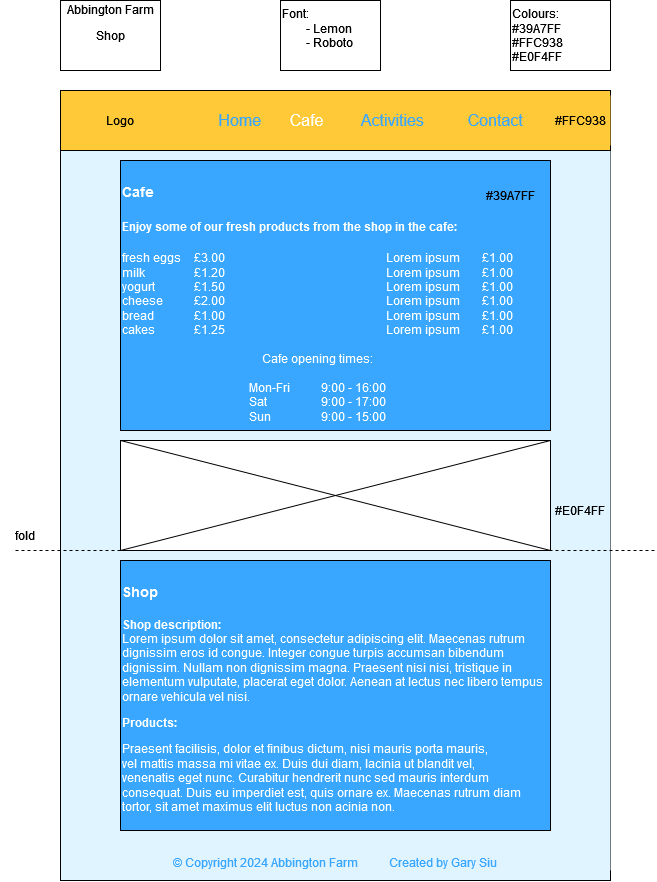
G-Siu/100DaysOfCode keeps this draw.io diagram as GCC Software Development/Web Course/Assignment/Task 1/Shop.png. Above is the earlier version. Source tidied: cells renumbered, new cells last; positions are measured from the earlier drawing's top-left corner, leaving out a move shared by most shapes.
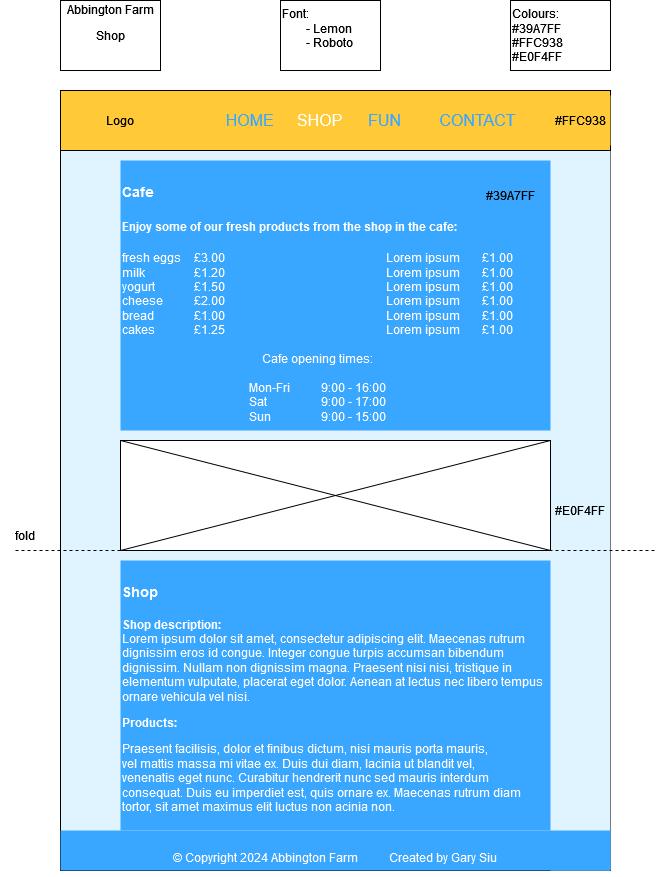
Above is the later version.

Change to the diagram source:
```diff
@@ -3,18 +3,18 @@
     <mxCell id="0" />
     <mxCell id="1" parent="0" />
     <mxCell id="2" style="rounded=0;whiteSpace=wrap;html=1;fillColor=#E0F4FF;" parent="1" vertex="1">
-      <mxGeometry x="60" y="150" width="550" height="730" as="geometry" />
+      <mxGeometry x="60" y="150" width="550" height="720" as="geometry" />
     </mxCell>
     <mxCell id="3" value="#E0F4FF" style="rounded=0;whiteSpace=wrap;html=1;strokeColor=none;fillColor=#E0F4FF;" parent="1" vertex="1">
       <mxGeometry x="550" y="150" width="60" height="720" as="geometry" />
     </mxCell>
-    <mxCell id="4" value="&lt;div align=&quot;left&quot; style=&quot;font-size: 16px;&quot;&gt;&lt;font color=&quot;#39a7ff&quot; style=&quot;font-size: 16px;&quot;&gt;&lt;span style=&quot;white-space: pre;&quot;&gt;&#9;&lt;/span&gt;&lt;span style=&quot;white-space: pre;&quot;&gt;&#9;&lt;/span&gt;&lt;/font&gt;&lt;font color=&quot;#39a7ff&quot; style=&quot;font-size: 16px;&quot;&gt;Home&lt;/font&gt;&lt;font color=&quot;#39a7ff&quot; style=&quot;font-size: 16px;&quot;&gt; &lt;span style=&quot;white-space: pre;&quot;&gt;&#9;&lt;/span&gt;&lt;/font&gt;&lt;font color=&quot;#ffffff&quot; style=&quot;font-size: 16px;&quot;&gt;Cafe&lt;/font&gt;&lt;font color=&quot;#ffffff&quot; style=&quot;font-size: 16px;&quot;&gt; &lt;span style=&quot;white-space: pre;&quot;&gt;&#9;&lt;/span&gt;&lt;/font&gt;&lt;font color=&quot;#39a7ff&quot; style=&quot;font-size: 16px;&quot;&gt;Activities &lt;span style=&quot;white-space: pre;&quot;&gt;&#9;&lt;/span&gt;Contact&lt;br style=&quot;font-size: 16px;&quot;&gt;&lt;/font&gt;&lt;/div&gt;" style="rounded=0;whiteSpace=wrap;html=1;fillColor=#FFC938;fontSize=16;fontColor=#416D19;" parent="1" vertex="1">
+    <mxCell id="4" value="&lt;div align=&quot;left&quot; style=&quot;font-size: 16px;&quot;&gt;&lt;font color=&quot;#39a7ff&quot; style=&quot;font-size: 16px;&quot;&gt;&lt;span style=&quot;white-space: pre;&quot;&gt;&#9;&lt;/span&gt;&lt;span style=&quot;white-space: pre;&quot;&gt;&#9;HOME&lt;/span&gt;&lt;/font&gt;&lt;font color=&quot;#39a7ff&quot; style=&quot;font-size: 16px;&quot;&gt; &lt;span style=&quot;white-space: pre;&quot;&gt;&#9;&lt;/span&gt;&lt;/font&gt;&lt;font color=&quot;#ffffff&quot;&gt;SHOP&lt;/font&gt;&lt;font color=&quot;#ffffff&quot; style=&quot;font-size: 16px;&quot;&gt; &lt;span style=&quot;white-space: pre;&quot;&gt;&#9;&lt;/span&gt;&lt;/font&gt;&lt;font color=&quot;#39a7ff&quot;&gt;FUN&lt;/font&gt;&lt;font color=&quot;#39a7ff&quot; style=&quot;font-size: 16px;&quot;&gt; &lt;span style=&quot;white-space: pre;&quot;&gt;&#9;CONTACT&lt;/span&gt;&lt;br style=&quot;font-size: 16px;&quot;&gt;&lt;/font&gt;&lt;/div&gt;" style="rounded=0;whiteSpace=wrap;html=1;fillColor=#FFC938;fontSize=16;fontColor=#416D19;" parent="1" vertex="1">
       <mxGeometry x="60" y="90" width="550" height="60" as="geometry" />
     </mxCell>
     <mxCell id="5" value="Logo" style="rounded=0;whiteSpace=wrap;html=1;strokeColor=none;fillColor=none;" parent="1" vertex="1">
       <mxGeometry x="60" y="90" width="120" height="60" as="geometry" />
     </mxCell>
-    <mxCell id="6" value="&lt;font color=&quot;#ffffff&quot; size=&quot;1&quot;&gt;&lt;b style=&quot;font-size: 14px;&quot;&gt;&lt;br&gt;Cafe&lt;br&gt;&lt;br&gt;&lt;/b&gt;&lt;/font&gt;&lt;font color=&quot;#ffffff&quot;&gt;&lt;b&gt;Enjoy some of our fresh products from the shop in the cafe:&lt;/b&gt;&lt;font size=&quot;1&quot;&gt;&lt;b style=&quot;font-size: 14px;&quot;&gt;&lt;br&gt;&lt;br&gt;&lt;/b&gt;&lt;/font&gt;fresh eggs&lt;span style=&quot;white-space: pre;&quot;&gt;&#9;&lt;/span&gt;£3.00&lt;span style=&quot;white-space: pre;&quot;&gt;&#9;&lt;/span&gt;&lt;span style=&quot;white-space: pre;&quot;&gt;&#9;&lt;/span&gt;&lt;span style=&quot;white-space: pre;&quot;&gt;&#9;&lt;/span&gt;&lt;span style=&quot;white-space: pre;&quot;&gt;&#9;&lt;/span&gt;&lt;span style=&quot;white-space: pre;&quot;&gt;&#9;&lt;/span&gt;&lt;span style=&quot;white-space: pre;&quot;&gt;&#9;&lt;/span&gt;&lt;span style=&quot;white-space: pre;&quot;&gt;&#9;&lt;/span&gt;Lorem ipsum&lt;span style=&quot;white-space: pre;&quot;&gt;&#9;&lt;/span&gt;£1.00 &lt;br&gt;milk&lt;span style=&quot;white-space: pre;&quot;&gt;&#9;&lt;/span&gt;&lt;span style=&quot;white-space: pre;&quot;&gt;&#9;&lt;/span&gt;£1.20&lt;span style=&quot;white-space: pre;&quot;&gt;&#9;&lt;/span&gt;&lt;span style=&quot;white-space: pre;&quot;&gt;&#9;&lt;/span&gt;&lt;span style=&quot;white-space: pre;&quot;&gt;&#9;&lt;/span&gt;&lt;span style=&quot;white-space: pre;&quot;&gt;&#9;&lt;/span&gt;&lt;span style=&quot;white-space: pre;&quot;&gt;&#9;&lt;/span&gt;&lt;span style=&quot;white-space: pre;&quot;&gt;&#9;&lt;/span&gt;&lt;span style=&quot;white-space: pre;&quot;&gt;&#9;Lorem ipsum&lt;span style=&quot;white-space: pre;&quot;&gt;&#9;&lt;/span&gt;£1.00&lt;/span&gt;&lt;br&gt;yogurt&lt;span style=&quot;white-space: pre;&quot;&gt;&#9;&lt;/span&gt;&lt;span style=&quot;white-space: pre;&quot;&gt;&#9;&lt;/span&gt;£1.50&lt;span style=&quot;white-space: pre;&quot;&gt;&#9;&lt;/span&gt;&lt;span style=&quot;white-space: pre;&quot;&gt;&#9;&lt;/span&gt;&lt;span style=&quot;white-space: pre;&quot;&gt;&#9;&lt;/span&gt;&lt;span style=&quot;white-space: pre;&quot;&gt;&#9;&lt;/span&gt;&lt;span style=&quot;white-space: pre;&quot;&gt;&#9;&lt;/span&gt;&lt;span style=&quot;white-space: pre;&quot;&gt;&#9;&lt;/span&gt;&lt;span style=&quot;white-space: pre;&quot;&gt;&#9;&lt;/span&gt;Lorem ipsum&lt;span style=&quot;white-space: pre;&quot;&gt;&#9;&lt;/span&gt;£1.00&lt;br&gt;cheese&lt;span style=&quot;white-space: pre;&quot;&gt;&#9;&lt;/span&gt;&lt;span style=&quot;white-space: pre;&quot;&gt;&#9;&lt;/span&gt;£2.00&lt;span style=&quot;white-space: pre;&quot;&gt;&#9;&lt;/span&gt;&lt;span style=&quot;white-space: pre;&quot;&gt;&#9;&lt;/span&gt;&lt;span style=&quot;white-space: pre;&quot;&gt;&#9;&lt;/span&gt;&lt;span style=&quot;white-space: pre;&quot;&gt;&#9;&lt;/span&gt;&lt;span style=&quot;white-space: pre;&quot;&gt;&#9;&lt;/span&gt;&lt;span style=&quot;white-space: pre;&quot;&gt;&#9;&lt;/span&gt;&lt;span style=&quot;white-space: pre;&quot;&gt;&#9;&lt;/span&gt;Lorem ipsum&lt;span style=&quot;white-space: pre;&quot;&gt;&#9;&lt;/span&gt;£1.00&lt;br&gt;bread&lt;span style=&quot;white-space: pre;&quot;&gt;&#9;&lt;/span&gt;&lt;span style=&quot;white-space: pre;&quot;&gt;&#9;&lt;/span&gt;£1.00&lt;span style=&quot;white-space: pre;&quot;&gt;&#9;&lt;/span&gt;&lt;span style=&quot;white-space: pre;&quot;&gt;&#9;&lt;/span&gt;&lt;span style=&quot;white-space: pre;&quot;&gt;&#9;&lt;/span&gt;&lt;span style=&quot;white-space: pre;&quot;&gt;&#9;&lt;/span&gt;&lt;span style=&quot;white-space: pre;&quot;&gt;&#9;&lt;/span&gt;&lt;span style=&quot;white-space: pre;&quot;&gt;&#9;&lt;/span&gt;&lt;span style=&quot;white-space: pre;&quot;&gt;&#9;&lt;/span&gt;Lorem ipsum&lt;span style=&quot;white-space: pre;&quot;&gt;&#9;&lt;/span&gt;£1.00&lt;br&gt;cakes&lt;span style=&quot;white-space: pre;&quot;&gt;&#9;&lt;/span&gt;&lt;span style=&quot;white-space: pre;&quot;&gt;&#9;&lt;/span&gt;£1.25&lt;span style=&quot;white-space: pre;&quot;&gt;&#9;&lt;/span&gt;&lt;span style=&quot;white-space: pre;&quot;&gt;&#9;&lt;/span&gt;&lt;span style=&quot;white-space: pre;&quot;&gt;&#9;&lt;/span&gt;&lt;span style=&quot;white-space: pre;&quot;&gt;&#9;&lt;/span&gt;&lt;span style=&quot;white-space: pre;&quot;&gt;&#9;&lt;/span&gt;&lt;span style=&quot;white-space: pre;&quot;&gt;&#9;&lt;/span&gt;&lt;span style=&quot;white-space: pre;&quot;&gt;&#9;&lt;/span&gt;Lorem ipsum&lt;span style=&quot;white-space: pre;&quot;&gt;&#9;&lt;/span&gt;£1.00&lt;br&gt;&lt;br&gt;&lt;/font&gt;&lt;div align=&quot;center&quot;&gt;&lt;font color=&quot;#ffffff&quot;&gt;Cafe opening times:&lt;br&gt;&lt;br&gt;Mon-Fri&lt;span style=&quot;white-space: pre;&quot;&gt;&#9;&lt;/span&gt;&lt;span style=&quot;white-space: pre;&quot;&gt;&#9;&lt;/span&gt;9:00 - 16:00&lt;br&gt;Sat&lt;span style=&quot;white-space: pre;&quot;&gt;&#9;&lt;/span&gt;&lt;span style=&quot;white-space: pre;&quot;&gt;&#9;&lt;/span&gt;&lt;span style=&quot;white-space: pre;&quot;&gt;&#9;&lt;/span&gt;9:00 - 17:00&lt;br&gt;Sun&lt;span style=&quot;white-space: pre;&quot;&gt;&#9;&lt;/span&gt;&lt;span style=&quot;white-space: pre;&quot;&gt;&#9;&lt;/span&gt;9:00 - 15:00&lt;br&gt;&lt;/font&gt;&lt;/div&gt;&lt;font color=&quot;#ffffff&quot;&gt;&lt;br&gt;&lt;/font&gt;&lt;div&gt;&lt;font color=&quot;#ffffff&quot;&gt;&lt;br&gt;&lt;/font&gt;&lt;/div&gt;" style="rounded=0;whiteSpace=wrap;html=1;verticalAlign=top;align=left;fillColor=#39A7FF;" parent="1" vertex="1">
+    <mxCell id="6" value="&lt;font color=&quot;#ffffff&quot; size=&quot;1&quot;&gt;&lt;b style=&quot;font-size: 14px;&quot;&gt;&lt;br&gt;Cafe&lt;br&gt;&lt;br&gt;&lt;/b&gt;&lt;/font&gt;&lt;font color=&quot;#ffffff&quot;&gt;&lt;b&gt;Enjoy some of our fresh products from the shop in the cafe:&lt;/b&gt;&lt;font size=&quot;1&quot;&gt;&lt;b style=&quot;font-size: 14px;&quot;&gt;&lt;br&gt;&lt;br&gt;&lt;/b&gt;&lt;/font&gt;fresh eggs&lt;span style=&quot;white-space: pre;&quot;&gt;&#9;&lt;/span&gt;£3.00&lt;span style=&quot;white-space: pre;&quot;&gt;&#9;&lt;/span&gt;&lt;span style=&quot;white-space: pre;&quot;&gt;&#9;&lt;/span&gt;&lt;span style=&quot;white-space: pre;&quot;&gt;&#9;&lt;/span&gt;&lt;span style=&quot;white-space: pre;&quot;&gt;&#9;&lt;/span&gt;&lt;span style=&quot;white-space: pre;&quot;&gt;&#9;&lt;/span&gt;&lt;span style=&quot;white-space: pre;&quot;&gt;&#9;&lt;/span&gt;&lt;span style=&quot;white-space: pre;&quot;&gt;&#9;&lt;/span&gt;Lorem ipsum&lt;span style=&quot;white-space: pre;&quot;&gt;&#9;&lt;/span&gt;£1.00 &lt;br&gt;milk&lt;span style=&quot;white-space: pre;&quot;&gt;&#9;&lt;/span&gt;&lt;span style=&quot;white-space: pre;&quot;&gt;&#9;&lt;/span&gt;£1.20&lt;span style=&quot;white-space: pre;&quot;&gt;&#9;&lt;/span&gt;&lt;span style=&quot;white-space: pre;&quot;&gt;&#9;&lt;/span&gt;&lt;span style=&quot;white-space: pre;&quot;&gt;&#9;&lt;/span&gt;&lt;span style=&quot;white-space: pre;&quot;&gt;&#9;&lt;/span&gt;&lt;span style=&quot;white-space: pre;&quot;&gt;&#9;&lt;/span&gt;&lt;span style=&quot;white-space: pre;&quot;&gt;&#9;&lt;/span&gt;&lt;span style=&quot;white-space: pre;&quot;&gt;&#9;Lorem ipsum&lt;span style=&quot;white-space: pre;&quot;&gt;&#9;&lt;/span&gt;£1.00&lt;/span&gt;&lt;br&gt;yogurt&lt;span style=&quot;white-space: pre;&quot;&gt;&#9;&lt;/span&gt;&lt;span style=&quot;white-space: pre;&quot;&gt;&#9;&lt;/span&gt;£1.50&lt;span style=&quot;white-space: pre;&quot;&gt;&#9;&lt;/span&gt;&lt;span style=&quot;white-space: pre;&quot;&gt;&#9;&lt;/span&gt;&lt;span style=&quot;white-space: pre;&quot;&gt;&#9;&lt;/span&gt;&lt;span style=&quot;white-space: pre;&quot;&gt;&#9;&lt;/span&gt;&lt;span style=&quot;white-space: pre;&quot;&gt;&#9;&lt;/span&gt;&lt;span style=&quot;white-space: pre;&quot;&gt;&#9;&lt;/span&gt;&lt;span style=&quot;white-space: pre;&quot;&gt;&#9;&lt;/span&gt;Lorem ipsum&lt;span style=&quot;white-space: pre;&quot;&gt;&#9;&lt;/span&gt;£1.00&lt;br&gt;cheese&lt;span style=&quot;white-space: pre;&quot;&gt;&#9;&lt;/span&gt;&lt;span style=&quot;white-space: pre;&quot;&gt;&#9;&lt;/span&gt;£2.00&lt;span style=&quot;white-space: pre;&quot;&gt;&#9;&lt;/span&gt;&lt;span style=&quot;white-space: pre;&quot;&gt;&#9;&lt;/span&gt;&lt;span style=&quot;white-space: pre;&quot;&gt;&#9;&lt;/span&gt;&lt;span style=&quot;white-space: pre;&quot;&gt;&#9;&lt;/span&gt;&lt;span style=&quot;white-space: pre;&quot;&gt;&#9;&lt;/span&gt;&lt;span style=&quot;white-space: pre;&quot;&gt;&#9;&lt;/span&gt;&lt;span style=&quot;white-space: pre;&quot;&gt;&#9;&lt;/span&gt;Lorem ipsum&lt;span style=&quot;white-space: pre;&quot;&gt;&#9;&lt;/span&gt;£1.00&lt;br&gt;bread&lt;span style=&quot;white-space: pre;&quot;&gt;&#9;&lt;/span&gt;&lt;span style=&quot;white-space: pre;&quot;&gt;&#9;&lt;/span&gt;£1.00&lt;span style=&quot;white-space: pre;&quot;&gt;&#9;&lt;/span&gt;&lt;span style=&quot;white-space: pre;&quot;&gt;&#9;&lt;/span&gt;&lt;span style=&quot;white-space: pre;&quot;&gt;&#9;&lt;/span&gt;&lt;span style=&quot;white-space: pre;&quot;&gt;&#9;&lt;/span&gt;&lt;span style=&quot;white-space: pre;&quot;&gt;&#9;&lt;/span&gt;&lt;span style=&quot;white-space: pre;&quot;&gt;&#9;&lt;/span&gt;&lt;span style=&quot;white-space: pre;&quot;&gt;&#9;&lt;/span&gt;Lorem ipsum&lt;span style=&quot;white-space: pre;&quot;&gt;&#9;&lt;/span&gt;£1.00&lt;br&gt;cakes&lt;span style=&quot;white-space: pre;&quot;&gt;&#9;&lt;/span&gt;&lt;span style=&quot;white-space: pre;&quot;&gt;&#9;&lt;/span&gt;£1.25&lt;span style=&quot;white-space: pre;&quot;&gt;&#9;&lt;/span&gt;&lt;span style=&quot;white-space: pre;&quot;&gt;&#9;&lt;/span&gt;&lt;span style=&quot;white-space: pre;&quot;&gt;&#9;&lt;/span&gt;&lt;span style=&quot;white-space: pre;&quot;&gt;&#9;&lt;/span&gt;&lt;span style=&quot;white-space: pre;&quot;&gt;&#9;&lt;/span&gt;&lt;span style=&quot;white-space: pre;&quot;&gt;&#9;&lt;/span&gt;&lt;span style=&quot;white-space: pre;&quot;&gt;&#9;&lt;/span&gt;Lorem ipsum&lt;span style=&quot;white-space: pre;&quot;&gt;&#9;&lt;/span&gt;£1.00&lt;br&gt;&lt;br&gt;&lt;/font&gt;&lt;div align=&quot;center&quot;&gt;&lt;font color=&quot;#ffffff&quot;&gt;Cafe opening times:&lt;br&gt;&lt;br&gt;Mon-Fri&lt;span style=&quot;white-space: pre;&quot;&gt;&#9;&lt;/span&gt;&lt;span style=&quot;white-space: pre;&quot;&gt;&#9;&lt;/span&gt;9:00 - 16:00&lt;br&gt;Sat&lt;span style=&quot;white-space: pre;&quot;&gt;&#9;&lt;/span&gt;&lt;span style=&quot;white-space: pre;&quot;&gt;&#9;&lt;/span&gt;&lt;span style=&quot;white-space: pre;&quot;&gt;&#9;&lt;/span&gt;9:00 - 17:00&lt;br&gt;Sun&lt;span style=&quot;white-space: pre;&quot;&gt;&#9;&lt;/span&gt;&lt;span style=&quot;white-space: pre;&quot;&gt;&#9;&lt;/span&gt;9:00 - 15:00&lt;br&gt;&lt;/font&gt;&lt;/div&gt;&lt;font color=&quot;#ffffff&quot;&gt;&lt;br&gt;&lt;/font&gt;&lt;div&gt;&lt;font color=&quot;#ffffff&quot;&gt;&lt;br&gt;&lt;/font&gt;&lt;/div&gt;" style="rounded=0;whiteSpace=wrap;html=1;verticalAlign=top;align=left;fillColor=#39A7FF;strokeColor=none;" parent="1" vertex="1">
       <mxGeometry x="120" y="160" width="430" height="270" as="geometry" />
     </mxCell>
     <mxCell id="7" value="#FFC938" style="rounded=0;whiteSpace=wrap;html=1;fillColor=#FFC938;strokeColor=none;" parent="1" vertex="1">
@@ -29,9 +29,6 @@
     <mxCell id="10" style="endArrow=none;html=1;rounded=0;exitX=0;exitY=1;exitDx=0;exitDy=0;entryX=1;entryY=0;entryDx=0;entryDy=0;" parent="1" edge="1" source="8" target="8">
       <mxGeometry relative="1" as="geometry" />
     </mxCell>
-    <mxCell id="11" value="&lt;font color=&quot;#ffffff&quot; size=&quot;1&quot;&gt;&lt;b style=&quot;font-size: 14px;&quot;&gt;&lt;br&gt;Shop&lt;br&gt;&lt;br&gt;&lt;/b&gt;&lt;/font&gt;&lt;font color=&quot;#ffffff&quot;&gt;&lt;b&gt;Shop description:&lt;br&gt;&lt;/b&gt;&lt;/font&gt;&lt;div id=&quot;lipsum&quot;&gt;&lt;font color=&quot;#ffffff&quot;&gt;Lorem ipsum dolor sit amet, consectetur adipiscing elit. Maecenas rutrum dignissim eros id congue. Integer congue turpis accumsan bibendum dignissim. Nullam non dignissim magna. Praesent nisi nisi, tristique in elementum vulputate, placerat eget dolor. Aenean at lectus nec libero tempus ornare vehicula vel nisi. &lt;br&gt;&lt;/font&gt;&lt;p&gt;&lt;font color=&quot;#ffffff&quot;&gt;&lt;b&gt;Products:&lt;/b&gt;&lt;/font&gt;&lt;/p&gt;&lt;p&gt;&lt;font color=&quot;#ffffff&quot;&gt;Praesent facilisis, dolor et finibus dictum, nisi mauris porta mauris, &lt;br&gt;vel mattis massa mi vitae ex. Duis dui diam, lacinia ut blandit vel, &lt;br&gt;venenatis eget nunc. Curabitur hendrerit nunc sed mauris interdum &lt;br&gt;consequat. Duis eu imperdiet est, quis ornare ex. Maecenas rutrum diam &lt;br&gt;tortor, sit amet maximus elit luctus non acinia non. &lt;br&gt;&lt;/font&gt;&lt;/p&gt;&lt;/div&gt;&lt;font color=&quot;#ffffff&quot;&gt;&lt;br&gt;&lt;br&gt;&lt;/font&gt;&lt;div&gt;&lt;font color=&quot;#ffffff&quot;&gt;&lt;br&gt;&lt;/font&gt;&lt;/div&gt;" style="rounded=0;whiteSpace=wrap;html=1;verticalAlign=top;align=left;fillColor=#39A7FF;" parent="1" vertex="1">
-      <mxGeometry x="120" y="560" width="430" height="270" as="geometry" />
-    </mxCell>
     <mxCell id="12" style="endArrow=none;dashed=1;html=1;rounded=0;" parent="1" edge="1">
       <mxGeometry relative="1" as="geometry">
         <mxPoint x="15" y="550" as="sourcePoint" />
@@ -44,9 +41,9 @@
     <mxCell id="14" value="#39A7FF" style="rounded=0;whiteSpace=wrap;html=1;fillColor=#39A7FF;strokeColor=none;" parent="1" vertex="1">
       <mxGeometry x="480" y="170" width="60" height="50" as="geometry" />
     </mxCell>
-    <mxCell id="15" value="&lt;font color=&quot;#39a7ff&quot;&gt;&lt;br&gt;&lt;/font&gt;&lt;p&gt;&lt;font color=&quot;#39a7ff&quot;&gt;© Copyright 2024 Abbington Farm&lt;span style=&quot;white-space: pre;&quot;&gt;&#9;&lt;/span&gt;&lt;span style=&quot;white-space: pre;&quot;&gt;&#9;&lt;/span&gt;Created by Gary Siu&lt;br&gt;&lt;/font&gt;&lt;/p&gt;" style="rounded=0;whiteSpace=wrap;html=1;verticalAlign=middle;align=center;fillColor=#E0F4FF;strokeColor=none;" parent="1" vertex="1">
-      <mxGeometry x="120" y="840" width="430" height="30" as="geometry" />
-    </mxCell>
+    <mxCell id="11" value="&lt;font color=&quot;#ffffff&quot; size=&quot;1&quot;&gt;&lt;b style=&quot;font-size: 14px;&quot;&gt;&lt;br&gt;Shop&lt;br&gt;&lt;br&gt;&lt;/b&gt;&lt;/font&gt;&lt;font color=&quot;#ffffff&quot;&gt;&lt;b&gt;Shop description:&lt;br&gt;&lt;/b&gt;&lt;/font&gt;&lt;div id=&quot;lipsum&quot;&gt;&lt;font color=&quot;#ffffff&quot;&gt;Lorem ipsum dolor sit amet, consectetur adipiscing elit. Maecenas rutrum dignissim eros id congue. Integer congue turpis accumsan bibendum dignissim. Nullam non dignissim magna. Praesent nisi nisi, tristique in elementum vulputate, placerat eget dolor. Aenean at lectus nec libero tempus ornare vehicula vel nisi. &lt;br&gt;&lt;/font&gt;&lt;p&gt;&lt;font color=&quot;#ffffff&quot;&gt;&lt;b&gt;Products:&lt;/b&gt;&lt;/font&gt;&lt;/p&gt;&lt;p&gt;&lt;font color=&quot;#ffffff&quot;&gt;Praesent facilisis, dolor et finibus dictum, nisi mauris porta mauris, &lt;br&gt;vel mattis massa mi vitae ex. Duis dui diam, lacinia ut blandit vel, &lt;br&gt;venenatis eget nunc. Curabitur hendrerit nunc sed mauris interdum &lt;br&gt;consequat. Duis eu imperdiet est, quis ornare ex. Maecenas rutrum diam &lt;br&gt;tortor, sit amet maximus elit luctus non acinia non. &lt;br&gt;&lt;/font&gt;&lt;/p&gt;&lt;/div&gt;&lt;font color=&quot;#ffffff&quot;&gt;&lt;br&gt;&lt;br&gt;&lt;/font&gt;&lt;div&gt;&lt;font color=&quot;#ffffff&quot;&gt;&lt;br&gt;&lt;/font&gt;&lt;/div&gt;" style="rounded=0;whiteSpace=wrap;html=1;verticalAlign=top;align=left;fillColor=#39A7FF;strokeColor=none;" parent="1" vertex="1">
+      <mxGeometry x="120" y="560" width="430" height="270" as="geometry" />
+    </mxCell>
     <mxCell id="16" value="Font:&lt;br&gt;&lt;span style=&quot;white-space: pre;&quot;&gt;&#9;&lt;/span&gt;- Lemon&lt;br&gt;&lt;span style=&quot;white-space: pre;&quot;&gt;&#9;&lt;/span&gt;- Roboto" style="rounded=0;whiteSpace=wrap;html=1;align=left;verticalAlign=top;fontStyle=0;" parent="1" vertex="1">
       <mxGeometry x="280" width="100" height="70" as="geometry" />
     </mxCell>
@@ -62,5 +59,8 @@
     <mxCell id="20" value="Abbington Farm" style="rounded=0;whiteSpace=wrap;html=1;strokeColor=none;fillColor=none;" parent="18" vertex="1">
       <mxGeometry x="5" width="90" height="17.5" as="geometry" />
     </mxCell>
+    <mxCell id="15" value="&lt;font&gt;&lt;br&gt;&lt;/font&gt;&lt;p&gt;&lt;font&gt;© Copyright 2024 Abbington Farm&lt;span style=&quot;white-space: pre;&quot;&gt;&#9;&lt;/span&gt;&lt;span style=&quot;white-space: pre;&quot;&gt;&#9;&lt;/span&gt;Created by Gary Siu&lt;br&gt;&lt;/font&gt;&lt;/p&gt;" style="rounded=0;whiteSpace=wrap;html=1;verticalAlign=middle;align=center;fillColor=#39A7FF;strokeColor=none;fontColor=#FFFFFF;" parent="1" vertex="1">
+      <mxGeometry x="60" y="830" width="550" height="40" as="geometry" />
+    </mxCell>
   </root>
 </mxGraphModel>
```
